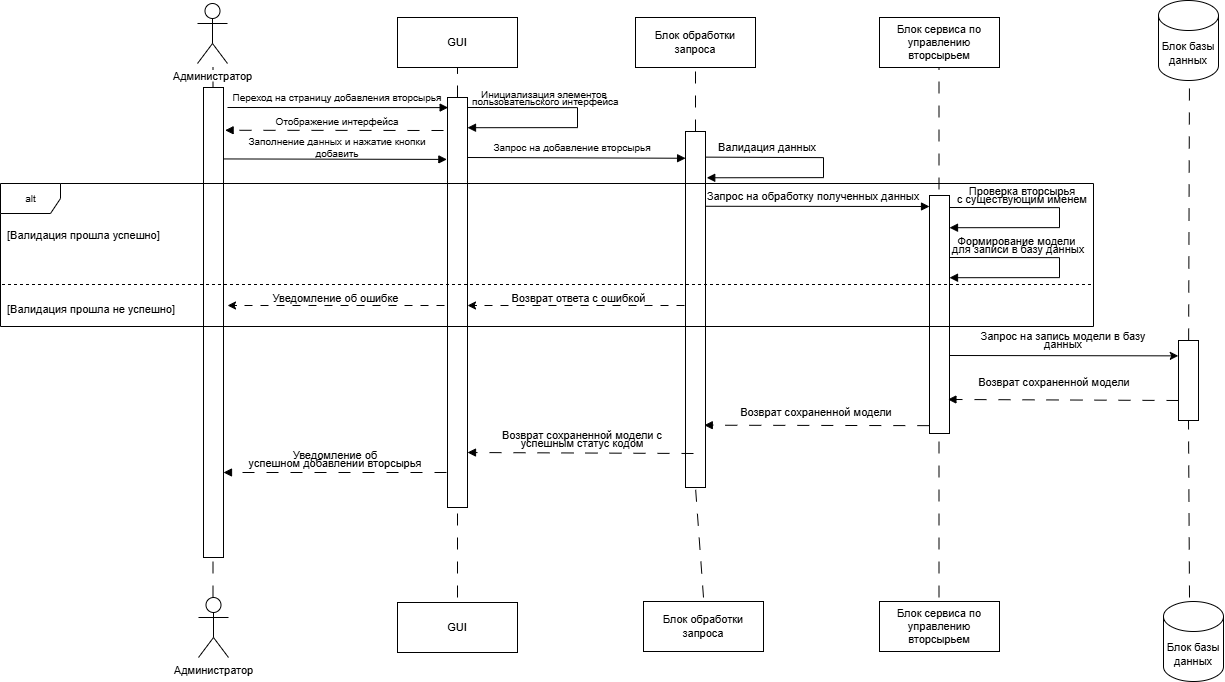
Above: stuff_diploma/sequence.png in DimaXDD/WasteWise (draw.io), before the change. Source tidied: cells renumbered, new cells last; positions are measured from the earlier drawing's top-left corner, leaving out a move shared by most shapes. Its diagram source:
```xml
<mxGraphModel>
  <root>
    <mxCell id="0" />
    <mxCell id="1" parent="0" />
    <mxCell id="2" value="&lt;font&gt;GUI&lt;/font&gt;" style="rounded=0;whiteSpace=wrap;html=1;fontSize=11;" parent="1" vertex="1">
      <mxGeometry x="397" y="17" width="120" height="50" as="geometry" />
    </mxCell>
    <mxCell id="3" value="&lt;font&gt;Блок обработки запроса&lt;/font&gt;" style="rounded=0;whiteSpace=wrap;html=1;fontSize=11;" parent="1" vertex="1">
      <mxGeometry x="635" y="17" width="120" height="50" as="geometry" />
    </mxCell>
    <mxCell id="4" value="&lt;font&gt;Блок сервиса по управлению вторсырьем&lt;/font&gt;" style="rounded=0;whiteSpace=wrap;html=1;fontSize=11;" parent="1" vertex="1">
      <mxGeometry x="879" y="17" width="120" height="50" as="geometry" />
    </mxCell>
    <mxCell id="5" style="endArrow=none;html=1;rounded=0;entryX=0.5;entryY=1;entryDx=0;entryDy=0;dashed=1;dashPattern=12 12;fontSize=10;" parent="1" edge="1" source="13" target="2">
      <mxGeometry relative="1" as="geometry" />
    </mxCell>
    <mxCell id="6" style="endArrow=none;html=1;rounded=0;entryX=0.5;entryY=1;entryDx=0;entryDy=0;dashed=1;dashPattern=12 12;fontSize=10;" parent="1" edge="1">
      <mxGeometry relative="1" as="geometry">
        <mxPoint x="212.5" y="597" as="sourcePoint" />
        <mxPoint x="212.5" y="67" as="targetPoint" />
      </mxGeometry>
    </mxCell>
    <mxCell id="7" style="endArrow=none;html=1;rounded=0;dashed=1;dashPattern=12 12;fontSize=10;entryX=0.5;entryY=1;entryDx=0;entryDy=0;" parent="1" edge="1" source="22" target="3">
      <mxGeometry relative="1" as="geometry" />
    </mxCell>
    <mxCell id="8" style="endArrow=none;html=1;rounded=0;entryX=0.5;entryY=1;entryDx=0;entryDy=0;dashed=1;dashPattern=12 12;fontSize=10;" parent="1" edge="1">
      <mxGeometry relative="1" as="geometry">
        <mxPoint x="938.5" y="597" as="sourcePoint" />
        <mxPoint x="938.5" y="67" as="targetPoint" />
      </mxGeometry>
    </mxCell>
    <mxCell id="9" style="endArrow=none;html=1;rounded=0;entryX=0.5;entryY=1;entryDx=0;entryDy=0;dashed=1;dashPattern=12 12;fontSize=10;" parent="1" edge="1" source="45">
      <mxGeometry relative="1" as="geometry">
        <mxPoint x="1189" y="67" as="targetPoint" />
      </mxGeometry>
    </mxCell>
    <mxCell id="10" style="rounded=0;whiteSpace=wrap;html=1;fontSize=10;" parent="1" vertex="1">
      <mxGeometry x="203" y="87" width="20" height="470" as="geometry" />
    </mxCell>
    <mxCell id="11" style="endArrow=block;html=1;rounded=0;entryX=0.066;entryY=1.005;entryDx=0;entryDy=0;entryPerimeter=0;endFill=1;fontSize=10;" parent="1" edge="1" target="16">
      <mxGeometry relative="1" as="geometry">
        <mxPoint x="227" y="107" as="sourcePoint" />
      </mxGeometry>
    </mxCell>
    <mxCell id="12" style="endArrow=none;html=1;rounded=0;entryX=0.5;entryY=1;entryDx=0;entryDy=0;dashed=1;dashPattern=12 12;fontSize=10;" parent="1" edge="1" target="13">
      <mxGeometry relative="1" as="geometry">
        <mxPoint x="457" y="597" as="sourcePoint" />
      </mxGeometry>
    </mxCell>
    <mxCell id="13" style="rounded=0;whiteSpace=wrap;html=1;fontSize=10;" parent="1" vertex="1">
      <mxGeometry x="447" y="97" width="20" height="410" as="geometry" />
    </mxCell>
    <mxCell id="14" value="&lt;font&gt;Переход на страницу добавления вторсырья&lt;/font&gt;" style="text;html=1;align=center;verticalAlign=middle;whiteSpace=wrap;rounded=0;fontSize=10;" parent="1" vertex="1">
      <mxGeometry x="227" y="87" width="220" height="20" as="geometry" />
    </mxCell>
    <mxCell id="15" style="endArrow=block;html=1;rounded=0;exitX=1.3;exitY=0.021;exitDx=0;exitDy=0;exitPerimeter=0;entryX=1.3;entryY=0.064;entryDx=0;entryDy=0;entryPerimeter=0;endFill=1;fontSize=10;" parent="1" edge="1">
      <mxGeometry relative="1" as="geometry">
        <mxPoint x="467" y="107" as="sourcePoint" />
        <mxPoint x="467" y="127.2" as="targetPoint" />
        <Array as="points">
          <mxPoint x="577" y="107.1" />
          <mxPoint x="577" y="127.1" />
        </Array>
      </mxGeometry>
    </mxCell>
    <mxCell id="16" value="&lt;div style=&quot;line-height: 70%;&quot;&gt;&lt;font style=&quot;line-height: 70%;&quot;&gt;Инициализация элементов&lt;/font&gt;&lt;div&gt;&lt;font style=&quot;line-height: 70%;&quot;&gt;&amp;nbsp;пользовательского интерфейса&lt;/font&gt;&lt;/div&gt;&lt;/div&gt;" style="text;html=1;align=center;verticalAlign=middle;whiteSpace=wrap;rounded=0;spacing=2;fontSize=10;" parent="1" vertex="1">
      <mxGeometry x="433" y="87" width="222" height="20" as="geometry" />
    </mxCell>
    <mxCell id="17" style="endArrow=block;html=1;rounded=0;entryX=1.081;entryY=0.091;entryDx=0;entryDy=0;entryPerimeter=0;dashed=1;dashPattern=12 12;endFill=1;fontSize=10;" parent="1" edge="1" target="10">
      <mxGeometry relative="1" as="geometry">
        <mxPoint x="443" y="130" as="sourcePoint" />
      </mxGeometry>
    </mxCell>
    <mxCell id="18" value="&lt;font&gt;Отображение интерфейса&lt;/font&gt;" style="text;html=1;align=center;verticalAlign=middle;whiteSpace=wrap;rounded=0;fontSize=10;" parent="1" vertex="1">
      <mxGeometry x="232" y="111" width="210" height="20" as="geometry" />
    </mxCell>
    <mxCell id="19" style="endArrow=block;html=1;rounded=0;exitX=1.039;exitY=0.152;exitDx=0;exitDy=0;exitPerimeter=0;entryX=-0.032;entryY=0.151;entryDx=0;entryDy=0;entryPerimeter=0;endFill=1;fontSize=10;" parent="1" edge="1" source="10" target="13">
      <mxGeometry relative="1" as="geometry" />
    </mxCell>
    <mxCell id="20" value="&lt;font&gt;Заполнение данных и нажатие кнопки добавить&lt;/font&gt;" style="text;html=1;align=center;verticalAlign=middle;whiteSpace=wrap;rounded=0;fontSize=10;" parent="1" vertex="1">
      <mxGeometry x="232" y="137" width="210" height="20" as="geometry" />
    </mxCell>
    <mxCell id="21" style="endArrow=none;html=1;rounded=0;entryX=0.5;entryY=1;entryDx=0;entryDy=0;dashed=1;dashPattern=12 12;fontSize=10;" parent="1" edge="1" target="22">
      <mxGeometry relative="1" as="geometry">
        <mxPoint x="703" y="597" as="sourcePoint" />
      </mxGeometry>
    </mxCell>
    <mxCell id="22" style="rounded=0;whiteSpace=wrap;html=1;fontSize=10;" parent="1" vertex="1">
      <mxGeometry x="685" y="131" width="20" height="356" as="geometry" />
    </mxCell>
    <mxCell id="23" style="endArrow=block;html=1;rounded=0;exitX=1;exitY=0.5;exitDx=0;exitDy=0;entryX=0.11;entryY=1.038;entryDx=0;entryDy=0;entryPerimeter=0;endFill=1;fontSize=10;" parent="1" edge="1" target="26">
      <mxGeometry relative="1" as="geometry">
        <mxPoint x="467" y="157" as="sourcePoint" />
      </mxGeometry>
    </mxCell>
    <mxCell id="24" value="&lt;font&gt;Запрос на добавление вторсырья&lt;/font&gt;" style="text;html=1;align=center;verticalAlign=middle;whiteSpace=wrap;rounded=0;fontSize=10;" parent="1" vertex="1">
      <mxGeometry x="467" y="137" width="210" height="20" as="geometry" />
    </mxCell>
    <mxCell id="25" style="endArrow=block;html=1;rounded=0;exitX=1.028;exitY=0.072;exitDx=0;exitDy=0;exitPerimeter=0;entryX=1.062;entryY=0.13;entryDx=0;entryDy=0;entryPerimeter=0;endFill=1;fontSize=10;" parent="1" edge="1" source="22" target="22">
      <mxGeometry relative="1" as="geometry">
        <Array as="points">
          <mxPoint x="823" y="157.1" />
          <mxPoint x="823" y="177.1" />
        </Array>
      </mxGeometry>
    </mxCell>
    <mxCell id="26" value="&lt;div style=&quot;line-height: 70%;&quot;&gt;&lt;font&gt;Валидация данных&lt;/font&gt;&lt;/div&gt;" style="text;html=1;align=center;verticalAlign=middle;whiteSpace=wrap;rounded=0;spacing=2;fontSize=11;" parent="1" vertex="1">
      <mxGeometry x="662" y="137" width="210" height="20" as="geometry" />
    </mxCell>
    <mxCell id="27" style="endArrow=block;html=1;rounded=0;exitX=0.981;exitY=0.21;exitDx=0;exitDy=0;endFill=1;fontSize=10;exitPerimeter=0;" parent="1" edge="1" source="22">
      <mxGeometry relative="1" as="geometry">
        <mxPoint x="929" y="206" as="targetPoint" />
      </mxGeometry>
    </mxCell>
    <mxCell id="28" value="&lt;font&gt;Запрос на обработку полученных данных&lt;/font&gt;" style="text;html=1;align=center;verticalAlign=middle;whiteSpace=wrap;rounded=0;fontSize=11;" parent="1" vertex="1">
      <mxGeometry x="705" y="183" width="216" height="26" as="geometry" />
    </mxCell>
    <mxCell id="29" style="rounded=0;whiteSpace=wrap;html=1;fontSize=10;" parent="1" vertex="1">
      <mxGeometry x="929" y="195" width="20" height="238" as="geometry" />
    </mxCell>
    <mxCell id="30" style="endArrow=block;html=1;rounded=0;exitX=1.3;exitY=0.021;exitDx=0;exitDy=0;exitPerimeter=0;entryX=1.3;entryY=0.064;entryDx=0;entryDy=0;entryPerimeter=0;endFill=1;fontSize=10;" parent="1" edge="1">
      <mxGeometry relative="1" as="geometry">
        <mxPoint x="949" y="207" as="sourcePoint" />
        <mxPoint x="949" y="227.2" as="targetPoint" />
        <Array as="points">
          <mxPoint x="1059" y="207.1" />
          <mxPoint x="1059" y="227.1" />
        </Array>
      </mxGeometry>
    </mxCell>
    <mxCell id="31" value="&lt;div style=&quot;line-height: 70%;&quot;&gt;&lt;font style=&quot;line-height: 70%;&quot;&gt;Проверка вторсырья&lt;/font&gt;&lt;div&gt;&lt;font style=&quot;line-height: 70%;&quot;&gt;с существующим именем&lt;/font&gt;&lt;/div&gt;&lt;/div&gt;" style="text;html=1;align=center;verticalAlign=middle;whiteSpace=wrap;rounded=0;fontSize=11;" parent="1" vertex="1">
      <mxGeometry x="922" y="180" width="200" height="30" as="geometry" />
    </mxCell>
    <mxCell id="32" style="endArrow=block;html=1;rounded=0;exitX=1.3;exitY=0.021;exitDx=0;exitDy=0;exitPerimeter=0;entryX=1.3;entryY=0.064;entryDx=0;entryDy=0;entryPerimeter=0;endFill=1;fontSize=10;" parent="1" edge="1">
      <mxGeometry relative="1" as="geometry">
        <mxPoint x="949" y="257" as="sourcePoint" />
        <mxPoint x="949" y="277.2" as="targetPoint" />
        <Array as="points">
          <mxPoint x="1059" y="257.1" />
          <mxPoint x="1059" y="277.1" />
        </Array>
      </mxGeometry>
    </mxCell>
    <mxCell id="33" value="&lt;div style=&quot;line-height: 70%;&quot;&gt;&lt;font&gt;Формирование модели&amp;nbsp;&lt;/font&gt;&lt;/div&gt;&lt;div style=&quot;line-height: 70%;&quot;&gt;&lt;font&gt;для записи в базу данных&lt;/font&gt;&lt;/div&gt;" style="text;html=1;align=center;verticalAlign=middle;whiteSpace=wrap;rounded=0;fontSize=11;" parent="1" vertex="1">
      <mxGeometry x="918" y="230" width="200" height="30" as="geometry" />
    </mxCell>
    <mxCell id="34" style="endArrow=classic;html=1;rounded=0;entryX=-0.011;entryY=0.192;entryDx=0;entryDy=0;entryPerimeter=0;fontSize=10;" parent="1" edge="1" target="45">
      <mxGeometry relative="1" as="geometry">
        <mxPoint x="949" y="355" as="sourcePoint" />
      </mxGeometry>
    </mxCell>
    <mxCell id="35" value="&lt;div style=&quot;line-height: 70%;&quot;&gt;&lt;font&gt;Запрос на запись модели в базу данных&lt;/font&gt;&lt;/div&gt;" style="text;html=1;align=center;verticalAlign=middle;whiteSpace=wrap;rounded=0;fontSize=11;" parent="1" vertex="1">
      <mxGeometry x="963" y="325" width="200" height="30" as="geometry" />
    </mxCell>
    <mxCell id="36" style="endArrow=block;html=1;rounded=0;entryX=0.921;entryY=0.857;entryDx=0;entryDy=0;entryPerimeter=0;exitX=0;exitY=0.75;exitDx=0;exitDy=0;dashed=1;dashPattern=12 12;endFill=1;fontSize=10;" parent="1" edge="1" source="45" target="29">
      <mxGeometry relative="1" as="geometry" />
    </mxCell>
    <mxCell id="37" value="&lt;div style=&quot;line-height: 70%;&quot;&gt;&lt;font&gt;Возврат сохраненной модели&lt;/font&gt;&lt;/div&gt;" style="text;html=1;align=center;verticalAlign=middle;whiteSpace=wrap;rounded=0;fontSize=11;" parent="1" vertex="1">
      <mxGeometry x="954" y="367" width="200" height="30" as="geometry" />
    </mxCell>
    <mxCell id="38" style="endArrow=block;html=1;rounded=0;entryX=0.939;entryY=0.825;entryDx=0;entryDy=0;entryPerimeter=0;exitX=-0.01;exitY=0.967;exitDx=0;exitDy=0;dashed=1;dashPattern=12 12;exitPerimeter=0;endFill=1;fontSize=10;" parent="1" edge="1" source="29" target="22">
      <mxGeometry relative="1" as="geometry" />
    </mxCell>
    <mxCell id="39" value="&lt;div style=&quot;line-height: 70%;&quot;&gt;&lt;font&gt;Возврат сохраненной модели&lt;/font&gt;&lt;/div&gt;" style="text;html=1;align=center;verticalAlign=middle;whiteSpace=wrap;rounded=0;fontSize=11;" parent="1" vertex="1">
      <mxGeometry x="716" y="397" width="200" height="30" as="geometry" />
    </mxCell>
    <mxCell id="40" style="endArrow=block;html=1;rounded=0;entryX=0.985;entryY=0.567;entryDx=0;entryDy=0;entryPerimeter=0;dashed=1;dashPattern=12 12;endFill=1;fontSize=10;" parent="1" edge="1">
      <mxGeometry relative="1" as="geometry">
        <mxPoint x="693" y="453" as="sourcePoint" />
        <mxPoint x="467" y="452" as="targetPoint" />
      </mxGeometry>
    </mxCell>
    <mxCell id="41" value="&lt;div style=&quot;line-height: 70%;&quot;&gt;&lt;font&gt;Возврат сохраненной модели с успешным статус кодом&lt;/font&gt;&lt;/div&gt;" style="text;html=1;align=center;verticalAlign=middle;whiteSpace=wrap;rounded=0;fontSize=11;" parent="1" vertex="1">
      <mxGeometry x="482" y="424" width="200" height="30" as="geometry" />
    </mxCell>
    <mxCell id="42" style="endArrow=block;html=1;rounded=0;entryX=0.985;entryY=0.567;entryDx=0;entryDy=0;entryPerimeter=0;dashed=1;dashPattern=12 12;endFill=1;fontSize=10;" parent="1" edge="1">
      <mxGeometry relative="1" as="geometry">
        <mxPoint x="446" y="472" as="sourcePoint" />
        <mxPoint x="223" y="472" as="targetPoint" />
      </mxGeometry>
    </mxCell>
    <mxCell id="43" value="&lt;div style=&quot;line-height: 70%;&quot;&gt;&lt;font&gt;Уведомление об успешном&amp;nbsp;&lt;/font&gt;&lt;span style=&quot;background-color: transparent; color: light-dark(rgb(0, 0, 0), rgb(255, 255, 255));&quot;&gt;добавлении вторсырья&lt;/span&gt;&lt;/div&gt;" style="text;html=1;align=center;verticalAlign=middle;whiteSpace=wrap;rounded=0;fontSize=11;" parent="1" vertex="1">
      <mxGeometry x="235" y="444" width="200" height="30" as="geometry" />
    </mxCell>
    <mxCell id="44" style="endArrow=none;html=1;rounded=0;entryX=0.5;entryY=1;entryDx=0;entryDy=0;dashed=1;dashPattern=12 12;fontSize=10;" parent="1" edge="1" target="45">
      <mxGeometry relative="1" as="geometry">
        <mxPoint x="1189" y="597" as="sourcePoint" />
      </mxGeometry>
    </mxCell>
    <mxCell id="45" style="rounded=0;whiteSpace=wrap;html=1;fontSize=10;" parent="1" vertex="1">
      <mxGeometry x="1178" y="340" width="20" height="80" as="geometry" />
    </mxCell>
    <mxCell id="46" value="alt" style="shape=umlFrame;whiteSpace=wrap;html=1;fontSize=10;" parent="1" vertex="1">
      <mxGeometry y="183" width="1093" height="143" as="geometry" />
    </mxCell>
    <mxCell id="47" value="[Валидация прошла не успешно]" style="text;html=1;align=left;verticalAlign=middle;whiteSpace=wrap;rounded=0;fontSize=11;" parent="1" vertex="1">
      <mxGeometry x="5" y="294" width="190" height="30" as="geometry" />
    </mxCell>
    <mxCell id="48" style="line;strokeWidth=1;fillColor=none;align=left;verticalAlign=middle;spacingTop=-1;spacingLeft=3;spacingRight=3;labelPosition=right;strokeColor=inherit;dashed=1;fontSize=10;" parent="1" vertex="1">
      <mxGeometry x="1.5" y="280" width="1090" height="8" as="geometry" />
    </mxCell>
    <mxCell id="49" value="[Валидация прошла успешно]" style="text;html=1;align=left;verticalAlign=middle;whiteSpace=wrap;rounded=0;fontSize=11;" parent="1" vertex="1">
      <mxGeometry x="5" y="220" width="180" height="30" as="geometry" />
    </mxCell>
    <mxCell id="50" style="endArrow=classic;html=1;rounded=0;dashed=1;dashPattern=8 8;fontSize=10;" parent="1" edge="1">
      <mxGeometry relative="1" as="geometry">
        <mxPoint x="684" y="305" as="sourcePoint" />
        <mxPoint x="467" y="305" as="targetPoint" />
      </mxGeometry>
    </mxCell>
    <mxCell id="51" value="Возврат ответа с ошибкой" style="edgeLabel;html=1;align=center;verticalAlign=middle;fontSize=11;" parent="50" vertex="1">
      <mxGeometry x="-0.13" y="3" relative="1" as="geometry">
        <mxPoint x="-12" y="-11" as="offset" />
      </mxGeometry>
    </mxCell>
    <mxCell id="52" style="endArrow=classic;html=1;rounded=0;dashed=1;dashPattern=8 8;fontSize=10;" parent="1" edge="1">
      <mxGeometry relative="1" as="geometry">
        <mxPoint x="444" y="305" as="sourcePoint" />
        <mxPoint x="227" y="305" as="targetPoint" />
      </mxGeometry>
    </mxCell>
    <mxCell id="53" value="Уведомление об ошибке" style="edgeLabel;html=1;align=center;verticalAlign=middle;fontSize=11;" parent="52" vertex="1">
      <mxGeometry x="-0.13" y="3" relative="1" as="geometry">
        <mxPoint x="-15" y="-11" as="offset" />
      </mxGeometry>
    </mxCell>
    <mxCell id="54" value="Блок базы данных" style="shape=cylinder3;whiteSpace=wrap;html=1;boundedLbl=1;backgroundOutline=1;size=15;fontSize=11;" parent="1" vertex="1">
      <mxGeometry x="1158" width="60" height="80" as="geometry" />
    </mxCell>
    <mxCell id="55" value="GUI" style="rounded=0;whiteSpace=wrap;html=1;fontSize=11;" parent="1" vertex="1">
      <mxGeometry x="397" y="602" width="120" height="50" as="geometry" />
    </mxCell>
    <mxCell id="56" value="&lt;font style=&quot;font-size: 11px;&quot;&gt;Администратор&lt;/font&gt;" style="shape=umlActor;verticalLabelPosition=bottom;verticalAlign=top;html=1;fontSize=10;" parent="1" vertex="1">
      <mxGeometry x="197" y="3" width="30" height="60" as="geometry" />
    </mxCell>
    <mxCell id="57" value="Блок обработки запроса" style="rounded=0;whiteSpace=wrap;html=1;fontSize=11;" parent="1" vertex="1">
      <mxGeometry x="643" y="601" width="120" height="50" as="geometry" />
    </mxCell>
    <mxCell id="58" value="Блок сервиса по управлению вторсырьем" style="rounded=0;whiteSpace=wrap;html=1;fontSize=11;" parent="1" vertex="1">
      <mxGeometry x="879" y="601" width="120" height="50" as="geometry" />
    </mxCell>
    <mxCell id="59" value="&lt;font&gt;Администратор&lt;/font&gt;" style="shape=umlActor;verticalLabelPosition=bottom;verticalAlign=top;html=1;fontSize=11;" parent="1" vertex="1">
      <mxGeometry x="198" y="597" width="30" height="60" as="geometry" />
    </mxCell>
    <mxCell id="60" value="Блок базы данных" style="shape=cylinder3;whiteSpace=wrap;html=1;boundedLbl=1;backgroundOutline=1;size=15;fontSize=11;" parent="1" vertex="1">
      <mxGeometry x="1163" y="601" width="60" height="80" as="geometry" />
    </mxCell>
  </root>
</mxGraphModel>
```
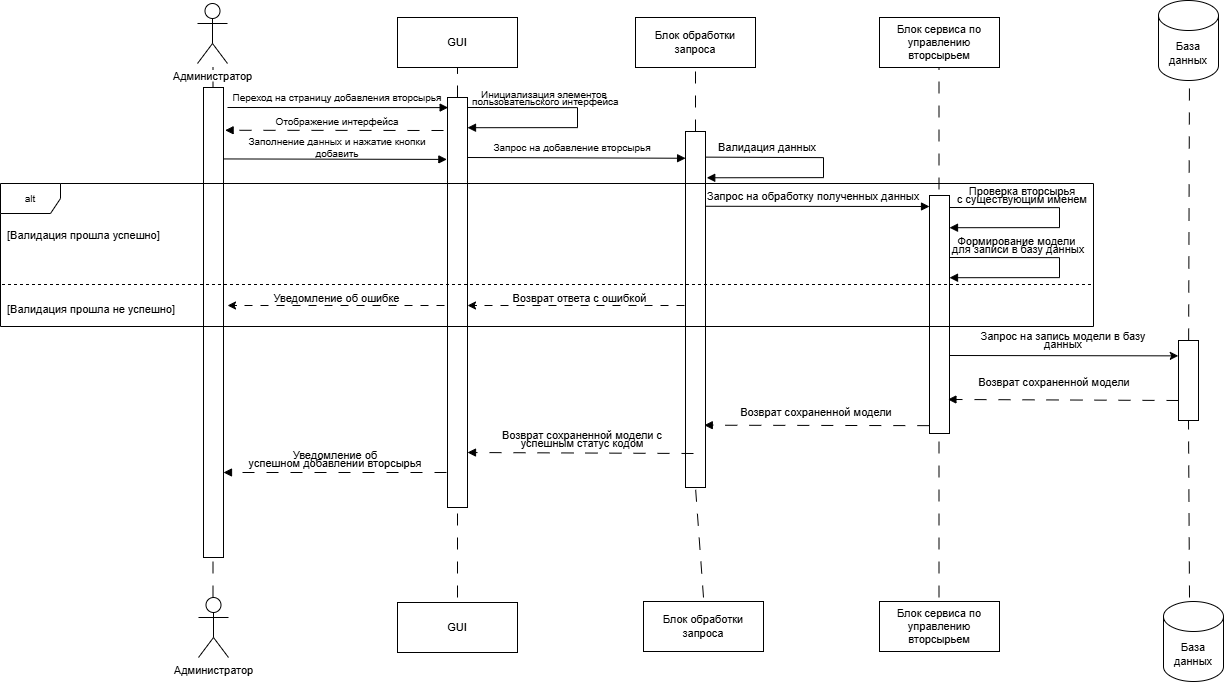
After the commit.

What changed in the source:
```diff
@@ -224,7 +224,7 @@
         <mxPoint x="-15" y="-11" as="offset" />
       </mxGeometry>
     </mxCell>
-    <mxCell id="54" value="Блок базы данных" style="shape=cylinder3;whiteSpace=wrap;html=1;boundedLbl=1;backgroundOutline=1;size=15;fontSize=11;" parent="1" vertex="1">
+    <mxCell id="54" value="База данных" style="shape=cylinder3;whiteSpace=wrap;html=1;boundedLbl=1;backgroundOutline=1;size=15;fontSize=11;" parent="1" vertex="1">
       <mxGeometry x="1158" width="60" height="80" as="geometry" />
     </mxCell>
     <mxCell id="55" value="GUI" style="rounded=0;whiteSpace=wrap;html=1;fontSize=11;" parent="1" vertex="1">
@@ -242,7 +242,7 @@
     <mxCell id="59" value="&lt;font&gt;Администратор&lt;/font&gt;" style="shape=umlActor;verticalLabelPosition=bottom;verticalAlign=top;html=1;fontSize=11;" parent="1" vertex="1">
       <mxGeometry x="198" y="597" width="30" height="60" as="geometry" />
     </mxCell>
-    <mxCell id="60" value="Блок базы данных" style="shape=cylinder3;whiteSpace=wrap;html=1;boundedLbl=1;backgroundOutline=1;size=15;fontSize=11;" parent="1" vertex="1">
+    <mxCell id="60" value="База данных" style="shape=cylinder3;whiteSpace=wrap;html=1;boundedLbl=1;backgroundOutline=1;size=15;fontSize=11;" parent="1" vertex="1">
       <mxGeometry x="1163" y="601" width="60" height="80" as="geometry" />
     </mxCell>
   </root>
```
